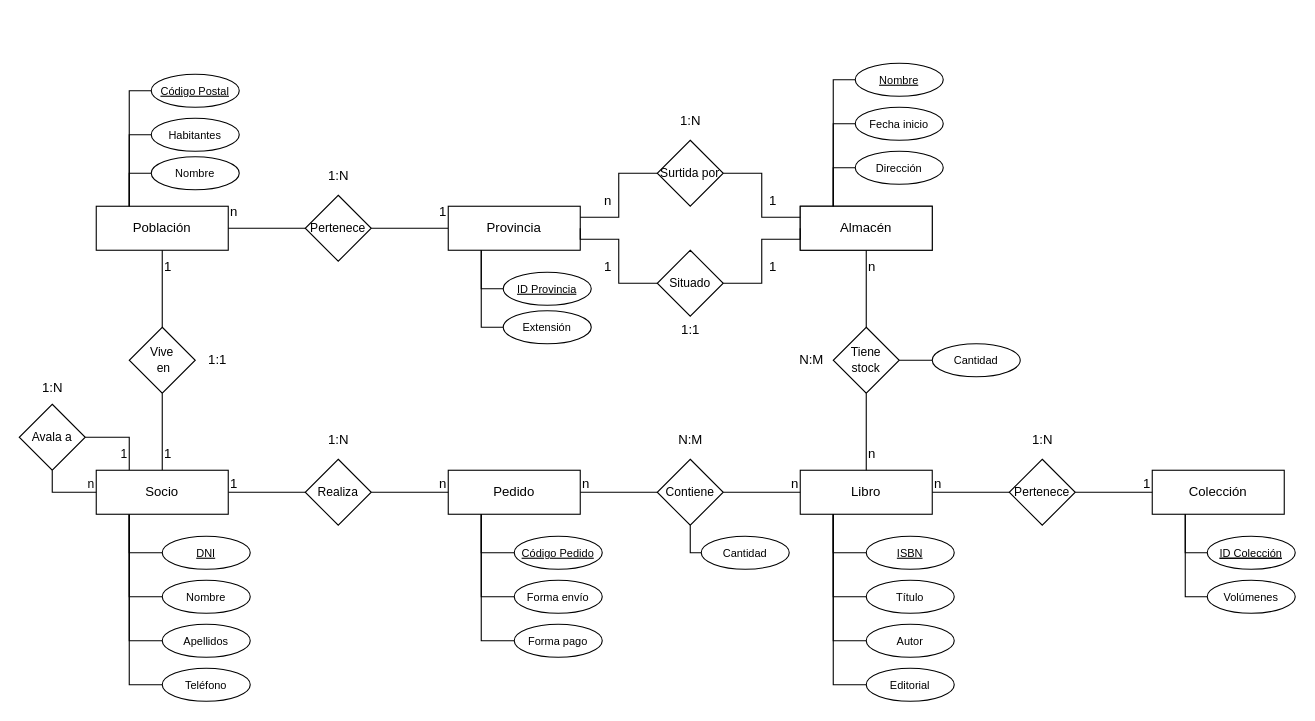
Above: Biblioteca.drawio in victor-fernandezm/bbdd-er-normalizacion (draw.io), before the change. Source tidied: cells renumbered, new cells numbered last; positions are measured from the earlier drawing's top-left corner, leaving out a move shared by most shapes. Both pictures are drawn from the tidied source at 110%, with x=0, y=0 at pixel (19, 63).
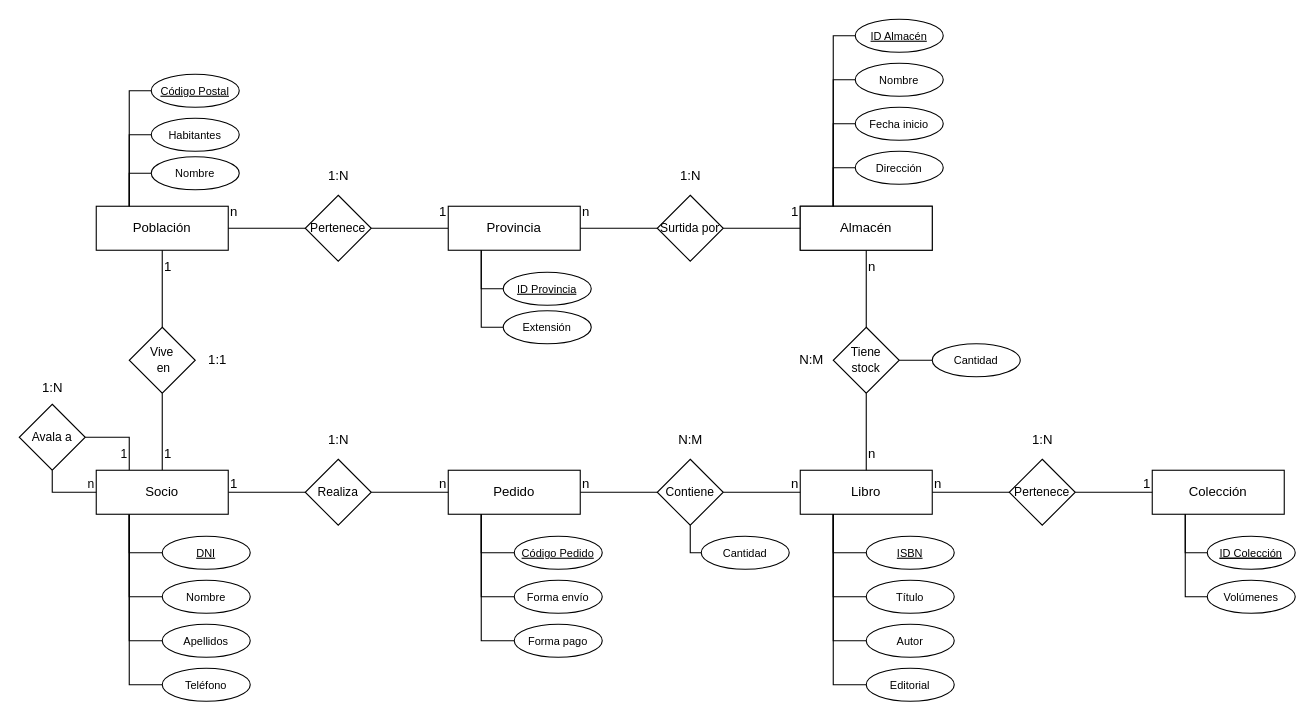
After the change.

Commit message:
Actualizar diagrama er biblioteca

The change refers to these unchanged cells:
```xml
<mxCell id="43" value="Provincia" style="rounded=0;whiteSpace=wrap;html=1;" parent="1" vertex="1">
  <mxGeometry x="390" y="130" width="120" height="40" as="geometry" />
</mxCell>
<mxCell id="51" value="Almacén" style="rounded=0;whiteSpace=wrap;html=1;" parent="1" vertex="1">
  <mxGeometry x="710" y="130" width="120" height="40" as="geometry" />
</mxCell>
```

Change to the diagram source:
```diff
@@
-    <mxCell id="52" style="edgeStyle=orthogonalEdgeStyle;shape=connector;rounded=0;jettySize=auto;html=1;labelBackgroundColor=default;strokeColor=default;fontFamily=Helvetica;fontSize=12;fontColor=default;endArrow=none;endFill=0;" parent="1" edge="1" source="54" target="43">
-      <mxGeometry relative="1" as="geometry">
-        <Array as="points">
-          <mxPoint x="545" y="100" />
-          <mxPoint x="545" y="140" />
-        </Array>
-      </mxGeometry>
+    <mxCell id="52" style="edgeStyle=orthogonalEdgeStyle;rounded=0;jettySize=auto;html=1;exitX=0;exitY=0.5;exitDx=0;exitDy=0;entryX=1;entryY=0.5;entryDx=0;entryDy=0;endArrow=none;endFill=0;" parent="1" edge="1" source="54" target="43">
+      <mxGeometry relative="1" as="geometry" />
     </mxCell>
-    <mxCell id="53" style="edgeStyle=orthogonalEdgeStyle;shape=connector;rounded=0;jettySize=auto;html=1;labelBackgroundColor=default;strokeColor=default;fontFamily=Helvetica;fontSize=12;fontColor=default;endArrow=none;endFill=0;" parent="1" edge="1" source="54" target="51">
-      <mxGeometry relative="1" as="geometry">
-        <Array as="points">
-          <mxPoint x="675" y="100" />
-          <mxPoint x="675" y="140" />
-        </Array>
-      </mxGeometry>
+    <mxCell id="53" style="edgeStyle=orthogonalEdgeStyle;shape=connector;rounded=0;jettySize=auto;html=1;exitX=1;exitY=0.5;exitDx=0;exitDy=0;entryX=0;entryY=0.5;entryDx=0;entryDy=0;labelBackgroundColor=default;strokeColor=default;fontFamily=Helvetica;fontSize=11;fontColor=default;endArrow=none;endFill=0;" parent="1" edge="1" source="54" target="51">
+      <mxGeometry relative="1" as="geometry" />
     </mxCell>
     <mxCell id="54" value="Surtida por" style="rhombus;whiteSpace=wrap;html=1;fontFamily=Helvetica;fontSize=11;fontColor=default;" parent="1" vertex="1">
-      <mxGeometry x="580" y="70" width="60" height="60" as="geometry" />
+      <mxGeometry x="580" y="120" width="60" height="60" as="geometry" />
     </mxCell>
@@
-    <mxCell id="56" value="&lt;u&gt;Nombre&lt;br&gt;&lt;/u&gt;" style="ellipse;whiteSpace=wrap;html=1;rounded=0;fontSize=10;" parent="1" vertex="1">
+    <mxCell id="56" value="&lt;span&gt;Nombre&lt;br&gt;&lt;/span&gt;" style="ellipse;whiteSpace=wrap;html=1;rounded=0;fontSize=10;fontStyle=0;" parent="1" vertex="1">
       <mxGeometry x="760" width="80" height="30" as="geometry" />
     </mxCell>
@@
     <mxCell id="85" value="n" style="text;html=1;align=center;verticalAlign=middle;strokeColor=none;fillColor=none;fontSize=12;fontFamily=Helvetica;fontColor=default;" parent="1" vertex="1">
-      <mxGeometry x="520" y="110" width="30" height="30" as="geometry" />
+      <mxGeometry x="500" y="120" width="30" height="30" as="geometry" />
     </mxCell>
     <mxCell id="86" value="1" style="text;html=1;align=center;verticalAlign=middle;strokeColor=none;fillColor=none;fontSize=12;fontFamily=Helvetica;fontColor=default;" parent="1" vertex="1">
-      <mxGeometry x="670" y="110" width="30" height="30" as="geometry" />
+      <mxGeometry x="690" y="120" width="30" height="30" as="geometry" />
     </mxCell>
@@
-    <mxCell id="90" style="edgeStyle=orthogonalEdgeStyle;shape=connector;rounded=0;jettySize=auto;html=1;exitX=0;exitY=0.5;exitDx=0;exitDy=0;entryX=1;entryY=0.5;entryDx=0;entryDy=0;labelBackgroundColor=default;strokeColor=default;fontFamily=Helvetica;fontSize=12;fontColor=default;endArrow=none;endFill=0;" parent="1" edge="1" source="92" target="43">
-      <mxGeometry relative="1" as="geometry">
-        <Array as="points">
-          <mxPoint x="545" y="200" />
-          <mxPoint x="545" y="160" />
-          <mxPoint x="510" y="160" />
-        </Array>
-      </mxGeometry>
-    </mxCell>
-    <mxCell id="91" style="edgeStyle=orthogonalEdgeStyle;shape=connector;rounded=0;jettySize=auto;html=1;exitX=1;exitY=0.5;exitDx=0;exitDy=0;entryX=0;entryY=0.5;entryDx=0;entryDy=0;labelBackgroundColor=default;strokeColor=default;fontFamily=Helvetica;fontSize=12;fontColor=default;endArrow=none;endFill=0;" parent="1" edge="1" source="92" target="51">
-      <mxGeometry relative="1" as="geometry">
-        <Array as="points">
-          <mxPoint x="675" y="200" />
-          <mxPoint x="675" y="160" />
-          <mxPoint x="710" y="160" />
-        </Array>
-      </mxGeometry>
-    </mxCell>
-    <mxCell id="92" value="Situado" style="rhombus;whiteSpace=wrap;html=1;fontFamily=Helvetica;fontSize=11;fontColor=default;" parent="1" vertex="1">
-      <mxGeometry x="580" y="170" width="60" height="60" as="geometry" />
-    </mxCell>
-    <mxCell id="93" value="1" style="text;html=1;align=center;verticalAlign=middle;strokeColor=none;fillColor=none;fontSize=12;fontFamily=Helvetica;fontColor=default;" parent="1" vertex="1">
-      <mxGeometry x="670" y="170" width="30" height="30" as="geometry" />
-    </mxCell>
-    <mxCell id="94" value="1" style="text;html=1;align=center;verticalAlign=middle;strokeColor=none;fillColor=none;fontSize=12;fontFamily=Helvetica;fontColor=default;" parent="1" vertex="1">
-      <mxGeometry x="520" y="170" width="30" height="30" as="geometry" />
-    </mxCell>
@@
     <mxCell id="100" value="1:N" style="text;html=1;align=center;verticalAlign=middle;strokeColor=none;fillColor=none;fontSize=12;fontFamily=Helvetica;fontColor=default;" parent="1" vertex="1">
-      <mxGeometry x="590" y="38" width="40" height="30" as="geometry" />
+      <mxGeometry x="590" y="88" width="40" height="30" as="geometry" />
     </mxCell>
-    <mxCell id="101" value="1:1" style="text;html=1;align=center;verticalAlign=middle;strokeColor=none;fillColor=none;fontSize=12;fontFamily=Helvetica;fontColor=default;" parent="1" vertex="1">
-      <mxGeometry x="590" y="228" width="40" height="30" as="geometry" />
-    </mxCell>
@@
+    <mxCell id="110" style="edgeStyle=orthogonalEdgeStyle;shape=connector;rounded=0;jettySize=auto;html=1;exitX=0;exitY=0.5;exitDx=0;exitDy=0;entryX=0.25;entryY=0;entryDx=0;entryDy=0;labelBackgroundColor=default;strokeColor=default;fontFamily=Helvetica;fontSize=11;fontColor=default;endArrow=none;endFill=0;" parent="1" edge="1" source="111" target="51">
+      <mxGeometry relative="1" as="geometry" />
+    </mxCell>
+    <mxCell id="111" value="&lt;u&gt;ID Almacén&lt;br&gt;&lt;/u&gt;" style="ellipse;whiteSpace=wrap;html=1;rounded=0;fontSize=10;" parent="1" vertex="1">
+      <mxGeometry x="760" y="-40" width="80" height="30" as="geometry" />
+    </mxCell>
```
